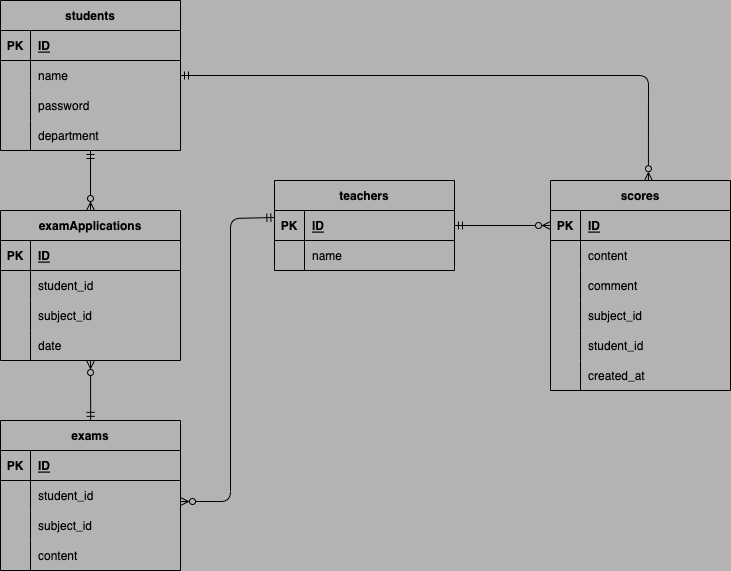
Earlier version of the draw.io export index.drawio.png (daurora-net/20220906ueda). Source tidied: cells renumbered, new cells last; positions are measured from the earlier drawing's top-left corner, leaving out a move shared by most shapes.
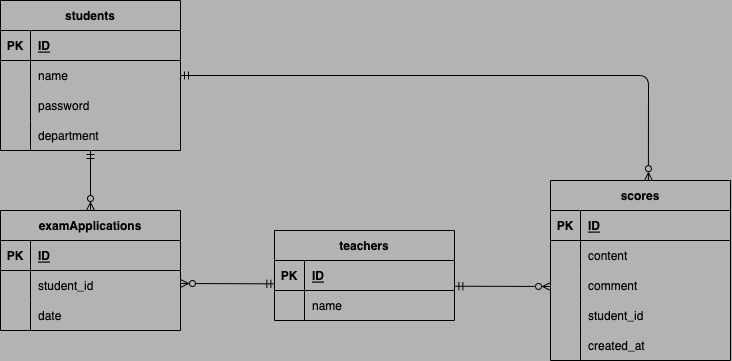
After the change.

Diff of the diagram source:
```diff
@@ -46,13 +46,11 @@
     <mxCell id="15" value="department" style="shape=partialRectangle;fillColor=none;top=0;left=0;bottom=0;right=0;align=left;spacingLeft=6;overflow=hidden;" parent="13" vertex="1">
       <mxGeometry x="30" width="150" height="30" as="geometry" />
     </mxCell>
-    <mxCell id="16" style="edgeStyle=none;rounded=1;html=1;fontColor=#000000;startArrow=ERmandOne;startFill=0;endArrow=ERzeroToMany;endFill=0;" parent="1" edge="1" source="17">
-      <mxGeometry relative="1" as="geometry">
-        <mxPoint x="550" y="225" as="targetPoint" />
-      </mxGeometry>
+    <mxCell id="16" style="edgeStyle=none;rounded=1;html=1;fontColor=#000000;startArrow=ERmandOne;startFill=0;endArrow=ERzeroToMany;endFill=0;entryX=0;entryY=0.533;entryDx=0;entryDy=0;entryPerimeter=0;exitX=1.002;exitY=0.857;exitDx=0;exitDy=0;exitPerimeter=0;" parent="1" edge="1" source="18" target="58">
+      <mxGeometry relative="1" as="geometry" />
     </mxCell>
     <mxCell id="17" value="teachers" style="shape=table;startSize=30;rowLines=0;fontStyle=1;align=center;fillColor=none;" parent="1" vertex="1">
-      <mxGeometry x="274" y="180" width="180" height="90" as="geometry" />
+      <mxGeometry x="274" y="230" width="180" height="90" as="geometry" />
     </mxCell>
     <mxCell id="18" style="shape=partialRectangle;fillColor=none;top=0;left=0;bottom=1;right=0;points=[[0,0.5],[1,0.5]];portConstraint=eastwest;" parent="17" vertex="1">
       <mxGeometry y="30" width="180" height="30" as="geometry" />
@@ -72,11 +70,8 @@
     <mxCell id="23" value="name" style="shape=partialRectangle;fillColor=none;top=0;left=0;bottom=0;right=0;align=left;spacingLeft=6;overflow=hidden;" parent="21" vertex="1">
       <mxGeometry x="30" width="150" height="30" as="geometry" />
     </mxCell>
-    <mxCell id="24" style="edgeStyle=none;html=1;fontColor=#000000;startArrow=ERzeroToMany;startFill=0;endArrow=ERmandOne;endFill=0;entryX=0.501;entryY=-0.001;entryDx=0;entryDy=0;entryPerimeter=0;" parent="1" edge="1" source="35" target="38">
-      <mxGeometry relative="1" as="geometry" />
-    </mxCell>
     <mxCell id="25" value="examApplications" style="shape=table;startSize=30;rowLines=0;fontStyle=1;align=center;fillColor=none;" parent="1" vertex="1">
-      <mxGeometry y="210" width="180" height="150" as="geometry" />
+      <mxGeometry y="210" width="180" height="120" as="geometry" />
     </mxCell>
     <mxCell id="26" style="shape=partialRectangle;fillColor=none;top=0;left=0;bottom=1;right=0;" parent="25" vertex="1">
       <mxGeometry y="30" width="180" height="30" as="geometry" />
@@ -96,17 +91,8 @@
     <mxCell id="31" value="student_id" style="shape=partialRectangle;fillColor=none;top=0;left=0;bottom=0;right=0;align=left;spacingLeft=6;overflow=hidden;" parent="29" vertex="1">
       <mxGeometry x="30" width="150" height="30" as="geometry" />
     </mxCell>
-    <mxCell id="32" style="shape=partialRectangle;fillColor=none;top=0;left=0;bottom=0;right=0;" parent="25" vertex="1">
-      <mxGeometry y="90" width="180" height="30" as="geometry" />
-    </mxCell>
-    <mxCell id="33" style="shape=partialRectangle;fillColor=none;top=0;left=0;bottom=0;right=0;overflow=hidden;" parent="32" vertex="1">
-      <mxGeometry width="30" height="30" as="geometry" />
-    </mxCell>
-    <mxCell id="34" value="subject_id" style="shape=partialRectangle;fillColor=none;top=0;left=0;bottom=0;right=0;align=left;spacingLeft=6;overflow=hidden;" parent="32" vertex="1">
-      <mxGeometry x="30" width="150" height="30" as="geometry" />
-    </mxCell>
     <mxCell id="35" style="shape=partialRectangle;fillColor=none;top=0;left=0;bottom=0;right=0;points=[[0,0.5],[1,0.5]];portConstraint=eastwest;" parent="25" vertex="1">
-      <mxGeometry y="120" width="180" height="30" as="geometry" />
+      <mxGeometry y="90" width="180" height="30" as="geometry" />
     </mxCell>
     <mxCell id="36" style="shape=partialRectangle;fillColor=none;top=0;left=0;bottom=0;right=0;overflow=hidden;" parent="35" vertex="1">
       <mxGeometry width="30" height="30" as="geometry" />
@@ -114,47 +100,8 @@
     <mxCell id="37" value="date" style="shape=partialRectangle;fillColor=none;top=0;left=0;bottom=0;right=0;align=left;spacingLeft=6;overflow=hidden;" parent="35" vertex="1">
       <mxGeometry x="30" width="150" height="30" as="geometry" />
     </mxCell>
-    <mxCell id="38" value="exams" style="shape=table;startSize=30;rowLines=0;fontStyle=1;align=center;fillColor=none;" parent="1" vertex="1">
-      <mxGeometry y="420" width="180" height="150" as="geometry" />
-    </mxCell>
-    <mxCell id="39" style="shape=partialRectangle;fillColor=none;top=0;left=0;bottom=1;right=0;" parent="38" vertex="1">
-      <mxGeometry y="30" width="180" height="30" as="geometry" />
-    </mxCell>
-    <mxCell id="40" value="PK" style="shape=partialRectangle;fillColor=none;top=0;left=0;bottom=0;right=0;fontStyle=1;overflow=hidden;" parent="39" vertex="1">
-      <mxGeometry width="30" height="30" as="geometry" />
-    </mxCell>
-    <mxCell id="41" value="ID" style="shape=partialRectangle;fillColor=none;top=0;left=0;bottom=0;right=0;align=left;spacingLeft=6;fontStyle=5;overflow=hidden;" parent="39" vertex="1">
-      <mxGeometry x="30" width="150" height="30" as="geometry" />
-    </mxCell>
-    <mxCell id="42" style="shape=partialRectangle;fillColor=none;top=0;left=0;bottom=0;right=0;" parent="38" vertex="1">
-      <mxGeometry y="60" width="180" height="30" as="geometry" />
-    </mxCell>
-    <mxCell id="43" style="shape=partialRectangle;fillColor=none;top=0;left=0;bottom=0;right=0;overflow=hidden;" parent="42" vertex="1">
-      <mxGeometry width="30" height="30" as="geometry" />
-    </mxCell>
-    <mxCell id="44" value="student_id" style="shape=partialRectangle;fillColor=none;top=0;left=0;bottom=0;right=0;align=left;spacingLeft=6;overflow=hidden;" parent="42" vertex="1">
-      <mxGeometry x="30" width="150" height="30" as="geometry" />
-    </mxCell>
-    <mxCell id="45" style="shape=partialRectangle;fillColor=none;top=0;left=0;bottom=0;right=0;" parent="38" vertex="1">
-      <mxGeometry y="90" width="180" height="30" as="geometry" />
-    </mxCell>
-    <mxCell id="46" style="shape=partialRectangle;fillColor=none;top=0;left=0;bottom=0;right=0;overflow=hidden;" parent="45" vertex="1">
-      <mxGeometry width="30" height="30" as="geometry" />
-    </mxCell>
-    <mxCell id="47" value="subject_id" style="shape=partialRectangle;fillColor=none;top=0;left=0;bottom=0;right=0;align=left;spacingLeft=6;overflow=hidden;" parent="45" vertex="1">
-      <mxGeometry x="30" width="150" height="30" as="geometry" />
-    </mxCell>
-    <mxCell id="48" style="shape=partialRectangle;fillColor=none;top=0;left=0;bottom=0;right=0;" parent="38" vertex="1">
-      <mxGeometry y="120" width="180" height="30" as="geometry" />
-    </mxCell>
-    <mxCell id="49" style="shape=partialRectangle;fillColor=none;top=0;left=0;bottom=0;right=0;overflow=hidden;" parent="48" vertex="1">
-      <mxGeometry width="30" height="30" as="geometry" />
-    </mxCell>
-    <mxCell id="50" value="content" style="shape=partialRectangle;fillColor=none;top=0;left=0;bottom=0;right=0;align=left;spacingLeft=6;overflow=hidden;" parent="48" vertex="1">
-      <mxGeometry x="30" width="150" height="30" as="geometry" />
-    </mxCell>
     <mxCell id="51" value="scores" style="shape=table;startSize=30;rowLines=0;fontStyle=1;align=center;fillColor=none;" parent="1" vertex="1">
-      <mxGeometry x="550" y="180" width="180" height="210" as="geometry" />
+      <mxGeometry x="550" y="180" width="180" height="180" as="geometry" />
     </mxCell>
     <mxCell id="52" style="shape=partialRectangle;fillColor=none;top=0;left=0;bottom=1;right=0;" parent="51" vertex="1">
       <mxGeometry y="30" width="180" height="30" as="geometry" />
@@ -183,17 +130,8 @@
     <mxCell id="60" value="comment" style="shape=partialRectangle;fillColor=none;top=0;left=0;bottom=0;right=0;align=left;spacingLeft=6;overflow=hidden;" parent="58" vertex="1">
       <mxGeometry x="30" width="150" height="30" as="geometry" />
     </mxCell>
-    <mxCell id="61" style="shape=partialRectangle;fillColor=none;top=0;left=0;bottom=0;right=0;" parent="51" vertex="1">
-      <mxGeometry y="120" width="180" height="30" as="geometry" />
-    </mxCell>
-    <mxCell id="62" style="shape=partialRectangle;fillColor=none;top=0;left=0;bottom=0;right=0;overflow=hidden;" parent="61" vertex="1">
-      <mxGeometry width="30" height="30" as="geometry" />
-    </mxCell>
-    <mxCell id="63" value="subject_id" style="shape=partialRectangle;fillColor=none;top=0;left=0;bottom=0;right=0;align=left;spacingLeft=6;overflow=hidden;" parent="61" vertex="1">
-      <mxGeometry x="30" width="150" height="30" as="geometry" />
-    </mxCell>
     <mxCell id="64" style="shape=partialRectangle;fillColor=none;top=0;left=0;bottom=0;right=0;" parent="51" vertex="1">
-      <mxGeometry y="150" width="180" height="30" as="geometry" />
+      <mxGeometry y="120" width="180" height="30" as="geometry" />
     </mxCell>
     <mxCell id="65" style="shape=partialRectangle;fillColor=none;top=0;left=0;bottom=0;right=0;overflow=hidden;" parent="64" vertex="1">
       <mxGeometry width="30" height="30" as="geometry" />
@@ -202,7 +140,7 @@
       <mxGeometry x="30" width="150" height="30" as="geometry" />
     </mxCell>
     <mxCell id="67" style="shape=partialRectangle;fillColor=none;top=0;left=0;bottom=0;right=0;" parent="51" vertex="1">
-      <mxGeometry y="180" width="180" height="30" as="geometry" />
+      <mxGeometry y="150" width="180" height="30" as="geometry" />
     </mxCell>
     <mxCell id="68" style="shape=partialRectangle;fillColor=none;top=0;left=0;bottom=0;right=0;overflow=hidden;" parent="67" vertex="1">
       <mxGeometry width="30" height="30" as="geometry" />
@@ -210,14 +148,8 @@
     <mxCell id="69" value="created_at" style="shape=partialRectangle;fillColor=none;top=0;left=0;bottom=0;right=0;align=left;spacingLeft=6;overflow=hidden;" parent="67" vertex="1">
       <mxGeometry x="30" width="150" height="30" as="geometry" />
     </mxCell>
-    <mxCell id="70" style="edgeStyle=none;rounded=1;html=1;fontColor=#000000;startArrow=ERzeroToMany;startFill=0;endArrow=ERmandOne;endFill=0;entryX=0.002;entryY=0.233;entryDx=0;entryDy=0;entryPerimeter=0;" parent="1" edge="1" target="18">
-      <mxGeometry relative="1" as="geometry">
-        <mxPoint x="180" y="501" as="sourcePoint" />
-        <Array as="points">
-          <mxPoint x="230" y="501" />
-          <mxPoint x="230" y="218" />
-        </Array>
-      </mxGeometry>
+    <mxCell id="70" style="edgeStyle=none;rounded=1;html=1;fontColor=#000000;startArrow=ERzeroToMany;startFill=0;endArrow=ERmandOne;endFill=0;exitX=1;exitY=0.433;exitDx=0;exitDy=0;exitPerimeter=0;entryX=0.002;entryY=0.778;entryDx=0;entryDy=0;entryPerimeter=0;" parent="1" edge="1" source="29" target="18">
+      <mxGeometry relative="1" as="geometry" />
     </mxCell>
     <mxCell id="71" style="edgeStyle=none;rounded=1;html=1;entryX=0.544;entryY=0.001;entryDx=0;entryDy=0;entryPerimeter=0;fontColor=#000000;startArrow=ERmandOne;startFill=0;endArrow=ERzeroToMany;endFill=0;" parent="1" edge="1" source="7" target="51">
       <mxGeometry relative="1" as="geometry">
```
